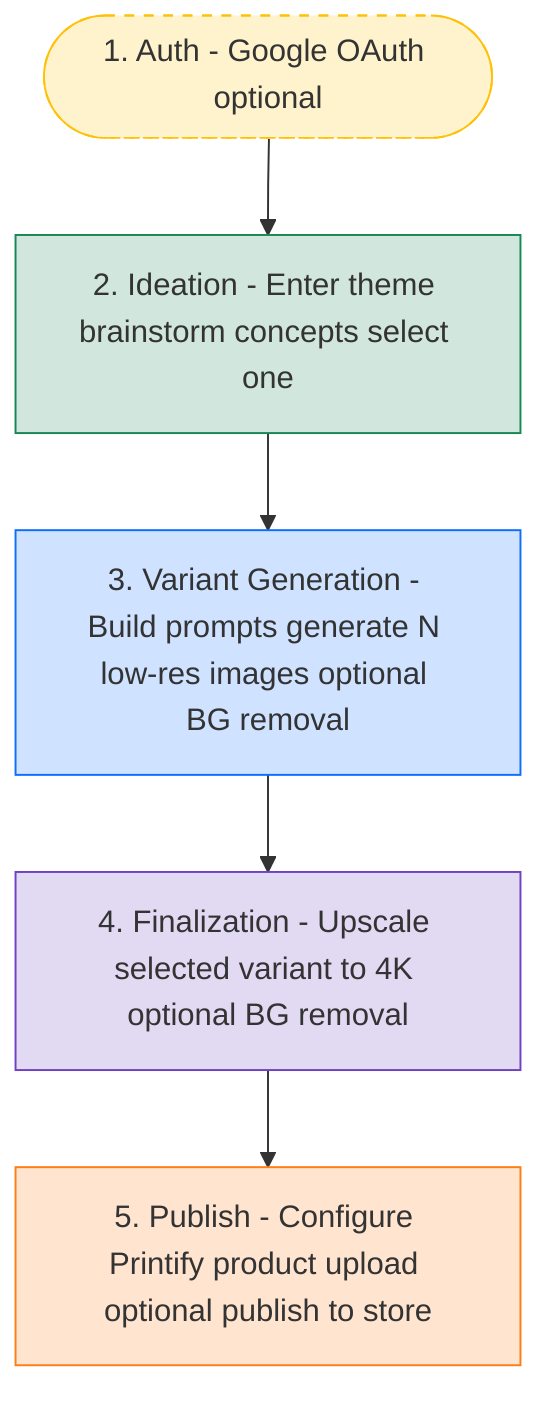
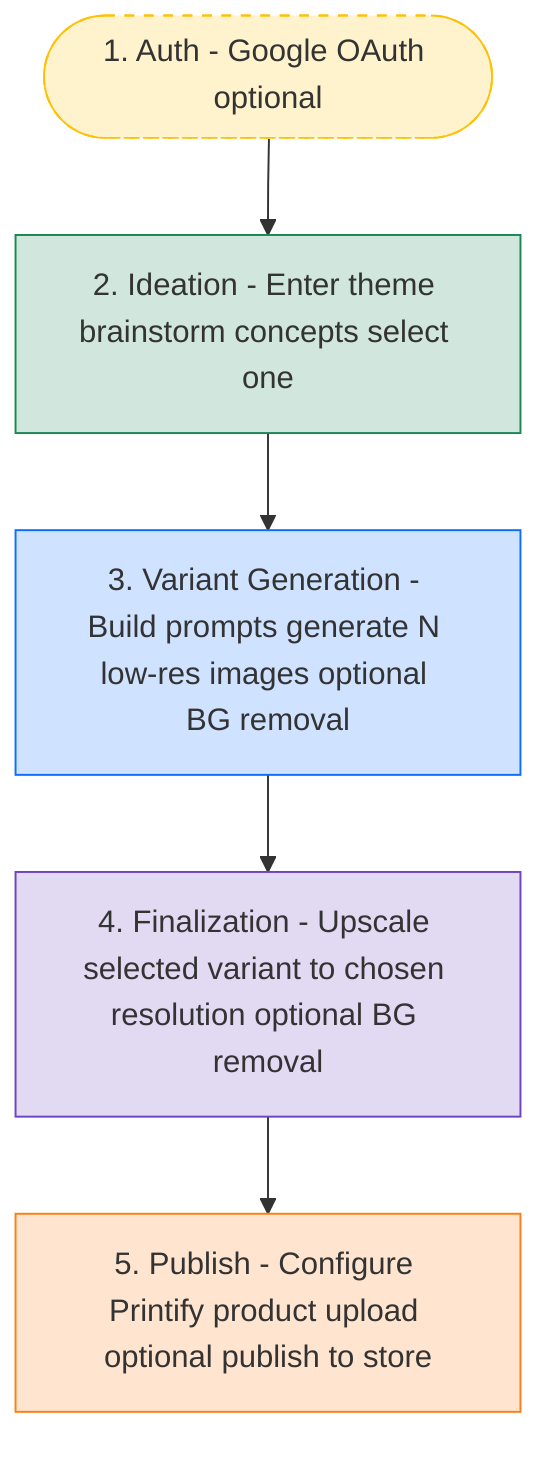
graph TD
    Auth([1. Auth - Google OAuth optional])
    Ideation[2. Ideation - Enter theme brainstorm concepts select one]
    Variants[3. Variant Generation - Build prompts generate N low-res images optional BG removal]
-     Finalize[4. Finalization - Upscale selected variant to 4K optional BG removal]
+     Finalize[4. Finalization - Upscale selected variant to chosen resolution optional BG removal]
    Publish[5. Publish - Configure Printify product upload optional publish to store]

    Auth --> Ideation
    Ideation --> Variants
    Variants --> Finalize
    Finalize --> Publish

    style Auth fill:#fff3cd,stroke:#ffc107,stroke-dasharray: 5 5
    style Ideation fill:#d1e7dd,stroke:#198754
    style Variants fill:#cfe2ff,stroke:#0d6efd
    style Finalize fill:#e2d9f3,stroke:#6f42c1
    style Publish fill:#ffe5d0,stroke:#fd7e14
